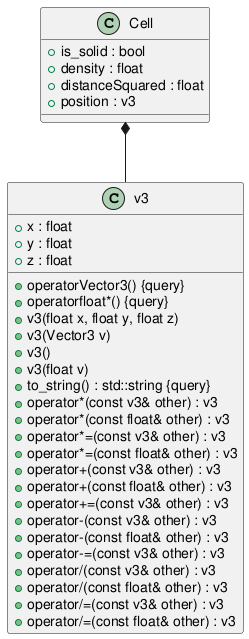
Above: thesis/resources/Engine.png in dtasada/paper (PlantUML), before the change.
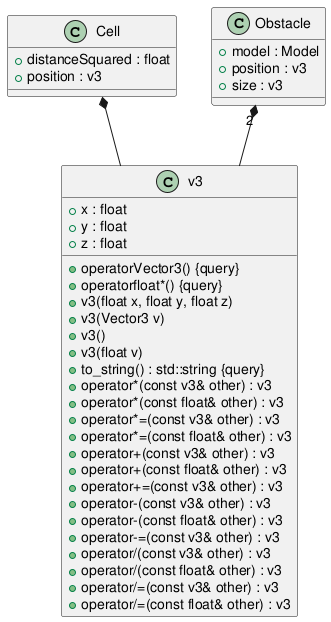
The same diagram one commit later.

Diff of the diagram source:
```diff
@@ -6,10 +6,15 @@
 
 
 class Cell {
-	+is_solid : bool
-	+density : float
 	+distanceSquared : float
 	+position : v3
+}
+
+
+class Obstacle {
+	+model : Model
+	+position : v3
+	+size : v3
 }
 
 
@@ -52,6 +57,9 @@
 Cell *-- v3
 
 
+Obstacle "2" *-- v3
+
+
 
 
 
```
